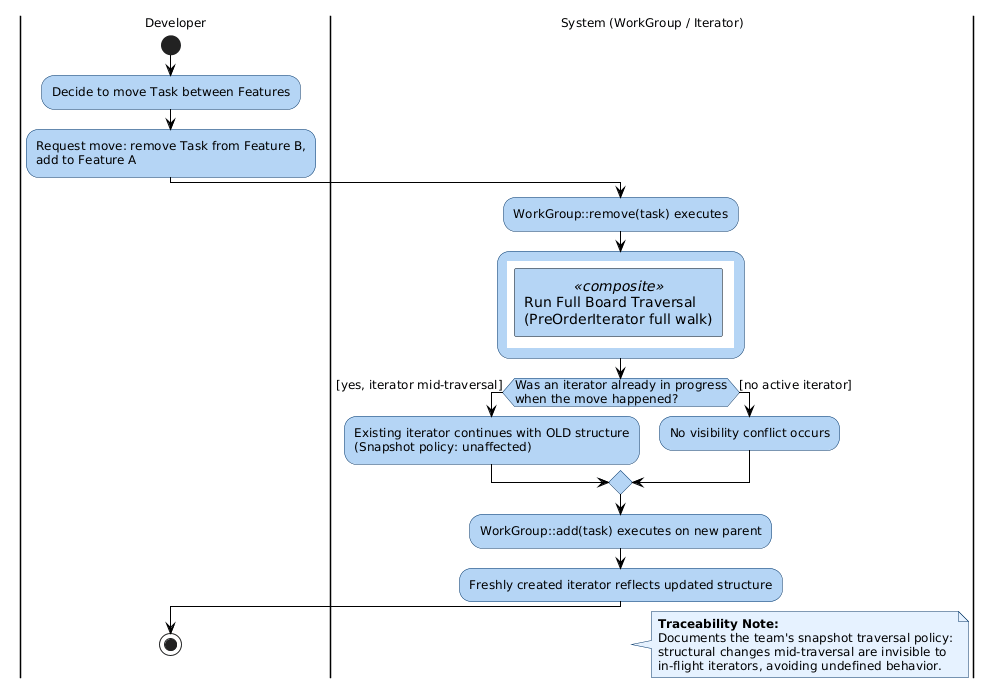
chelsyhwata-dev/cos-214-practical4 keeps this PlantUML diagram as docs/diagram2.png. Above is the earlier version. The source it was exported from:
```plantuml
@startuml
skinparam defaultFontName "Segoe UI"
skinparam defaultFontSize 12
skinparam ActivityBackgroundColor #B5D5F5
skinparam ActivityBorderColor #003366
skinparam ActivityDiamondBackgroundColor #B5D5F5
skinparam ActivityDiamondBorderColor #003366
skinparam ArrowColor #000000
skinparam NoteBackgroundColor #E6F2FF
skinparam NoteBorderColor #003366

|Developer|
start
:Decide to move Task between Features;
:Request move: remove Task from Feature B,\nadd to Feature A;

|System (WorkGroup / Iterator)|
:WorkGroup::remove(task) executes;

:{{
  rectangle "Run Full Board Traversal\n(PreOrderIterator full walk)" as sub <<composite>> #B5D5F5
}};

if (Was an iterator already in progress\nwhen the move happened?) then ([yes, iterator mid-traversal])
  :Existing iterator continues with OLD structure\n(Snapshot policy: unaffected);
else ([no active iterator])
  :No visibility conflict occurs;
endif

:WorkGroup::add(task) executes on new parent;
:Freshly created iterator reflects updated structure;

|Developer|
stop

|System (WorkGroup / Iterator)|
note right
  <b>Traceability Note:</b>
  Documents the team's snapshot traversal policy:
  structural changes mid-traversal are invisible to
  in-flight iterators, avoiding undefined behavior.
end note
@enduml
```
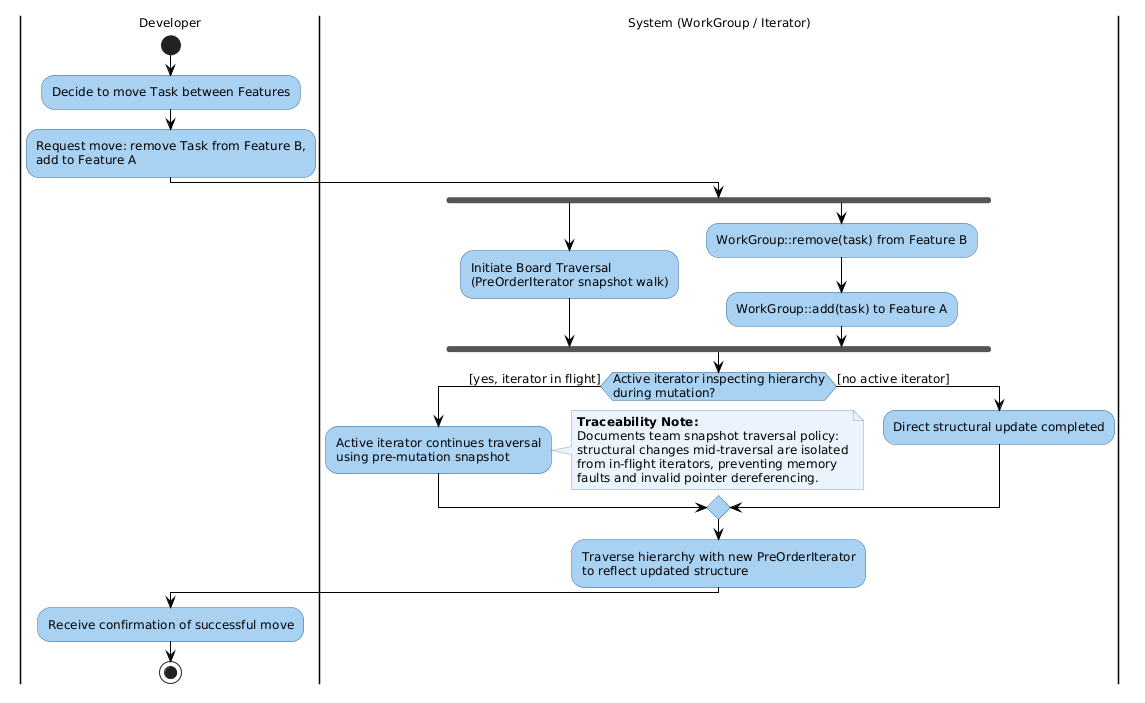
After the commit.

Commit message:
Add traversal policy write-up and additional activity diagrams

What changed in the source:
```diff
@@ -1,13 +1,29 @@
 @startuml
-skinparam defaultFontName "Segoe UI"
+skinparam backgroundColor white
+skinparam shadowing false
+skinparam defaultFontName Arial
 skinparam defaultFontSize 12
-skinparam ActivityBackgroundColor #B5D5F5
-skinparam ActivityBorderColor #003366
-skinparam ActivityDiamondBackgroundColor #B5D5F5
-skinparam ActivityDiamondBorderColor #003366
-skinparam ArrowColor #000000
-skinparam NoteBackgroundColor #E6F2FF
-skinparam NoteBorderColor #003366
+
+skinparam activity {
+  BackgroundColor #A9D2F2
+  BorderColor #2D6898
+  FontColor black
+}
+
+skinparam note {
+  BackgroundColor #EBF4FC
+  BorderColor #8CA4BA
+  FontColor black
+}
+
+skinparam arrow {
+  Color black
+}
+
+skinparam activityDiamond {
+  BackgroundColor #A9D2F2
+  BorderColor #2D6898
+}
 
 |Developer|
 start
@@ -15,29 +31,29 @@
 :Request move: remove Task from Feature B,\nadd to Feature A;
 
 |System (WorkGroup / Iterator)|
-:WorkGroup::remove(task) executes;
+fork
+  :Initiate Board Traversal\n(PreOrderIterator snapshot walk);
+fork again
+  :WorkGroup::remove(task) from Feature B;
+  :WorkGroup::add(task) to Feature A;
+end fork
 
-:{{
-  rectangle "Run Full Board Traversal\n(PreOrderIterator full walk)" as sub <<composite>> #B5D5F5
-}};
-
-if (Was an iterator already in progress\nwhen the move happened?) then ([yes, iterator mid-traversal])
-  :Existing iterator continues with OLD structure\n(Snapshot policy: unaffected);
+if (Active iterator inspecting hierarchy\nduring mutation?) then ([yes, iterator in flight])
+  :Active iterator continues traversal\nusing pre-mutation snapshot;
+  note right
+    **Traceability Note:**
+    Documents team snapshot traversal policy:
+    structural changes mid-traversal are isolated
+    from in-flight iterators, preventing memory
+    faults and invalid pointer dereferencing.
+  end note
 else ([no active iterator])
-  :No visibility conflict occurs;
+  :Direct structural update completed;
 endif
 
-:WorkGroup::add(task) executes on new parent;
-:Freshly created iterator reflects updated structure;
+:Traverse hierarchy with new PreOrderIterator\nto reflect updated structure;
 
 |Developer|
+:Receive confirmation of successful move;
 stop
-
-|System (WorkGroup / Iterator)|
-note right
-  <b>Traceability Note:</b>
-  Documents the team's snapshot traversal policy:
-  structural changes mid-traversal are invisible to
-  in-flight iterators, avoiding undefined behavior.
-end note
 @enduml
```
